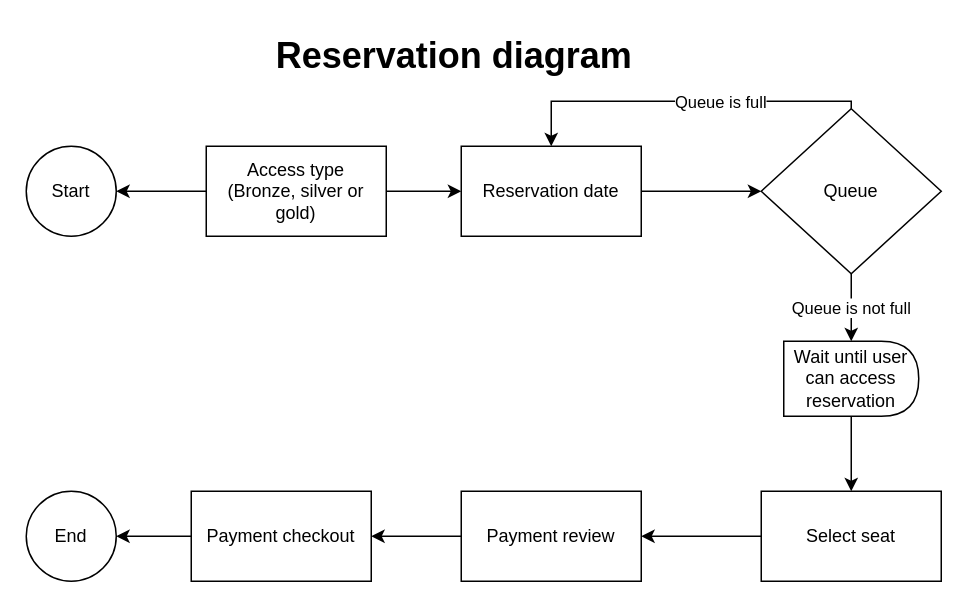
felipe-campanhol/Node-React keeps this draw.io diagram as subscription-system/Claudio Ricardo show reservation diagram.drawio. Above is the earlier version. Source tidied: cells renumbered, new cells numbered last; positions are measured from the earlier drawing's top-left corner, leaving out a move shared by most shapes. Both pictures are drawn from the tidied source at 150%, with x=0, y=0 at pixel (26, 26).
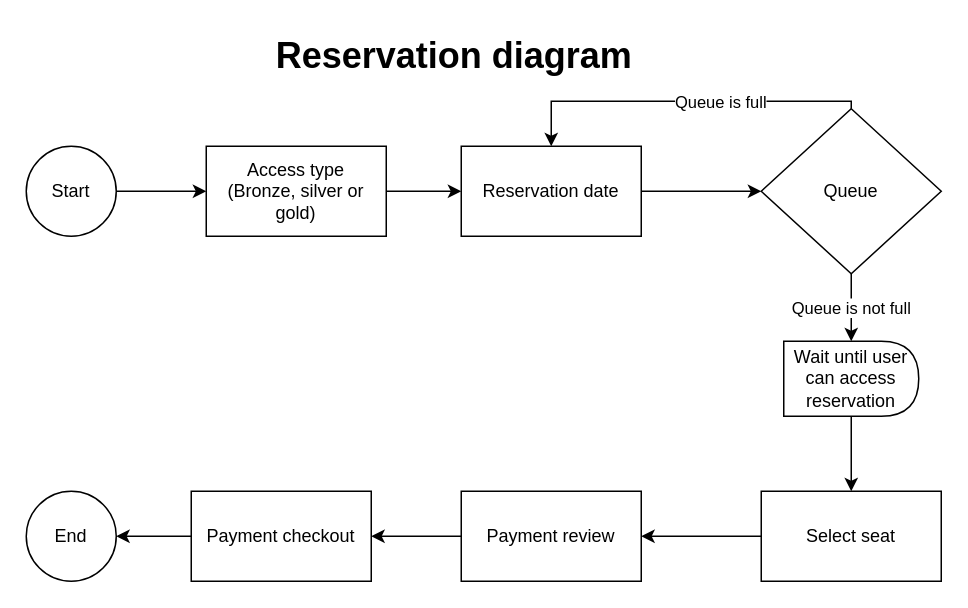
Above is the later version.

Unchanged cells that the change refers to:
```xml
<mxCell id="4" value="Access type&lt;br&gt;(Bronze, silver or gold)" style="rounded=0;whiteSpace=wrap;html=1;" parent="1" vertex="1">
  <mxGeometry x="120" y="80" width="120" height="60" as="geometry" />
</mxCell>
<mxCell id="20" value="Start" style="ellipse;whiteSpace=wrap;html=1;rounded=0;" parent="1" vertex="1">
  <mxGeometry y="80" width="60" height="60" as="geometry" />
</mxCell>
```

The edit, as a diff of the source:
```diff
@@
-    <mxCell id="3" style="edgeStyle=orthogonalEdgeStyle;rounded=0;jettySize=auto;html=1;" parent="1" edge="1" source="4" target="20">
-      <mxGeometry relative="1" as="geometry" />
-    </mxCell>
@@
+    <mxCell id="22" style="edgeStyle=orthogonalEdgeStyle;rounded=0;jettySize=auto;html=1;entryX=0;entryY=0.5;entryDx=0;entryDy=0;" parent="1" edge="1" source="20" target="4">
+      <mxGeometry relative="1" as="geometry" />
+    </mxCell>
```
